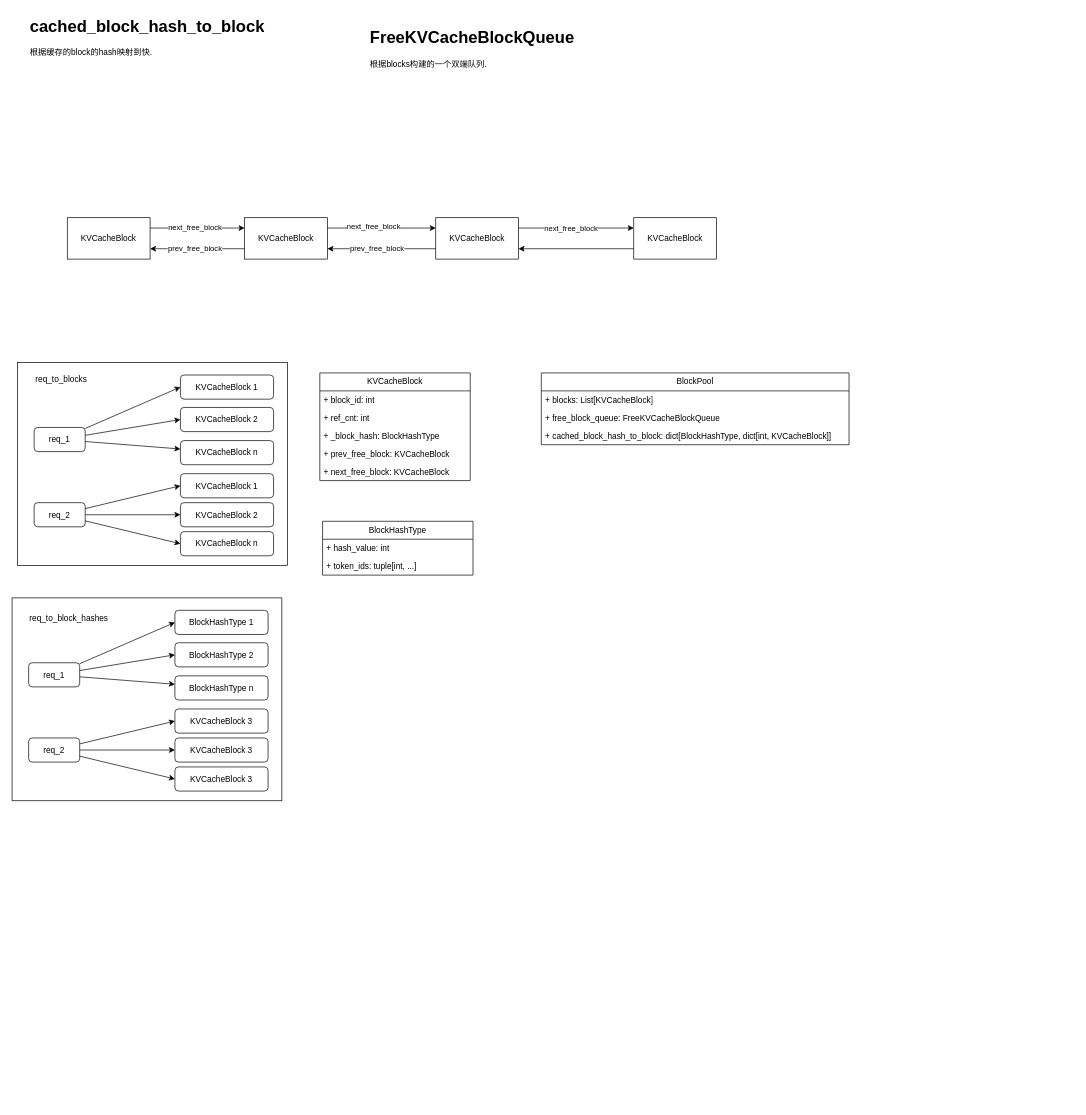
The draw.io diagram page "kv cache" (13 of 14) of vllm/engine/vllm.drawio in chaojun-zhang/vllm, before the edit. Source tidied: cells renumbered, new cells numbered last; positions are measured from the earlier drawing's top-left corner, leaving out a move shared by most shapes. Both pictures are drawn from the tidied source at 69%, with x=0, y=0 at pixel (12, 12).
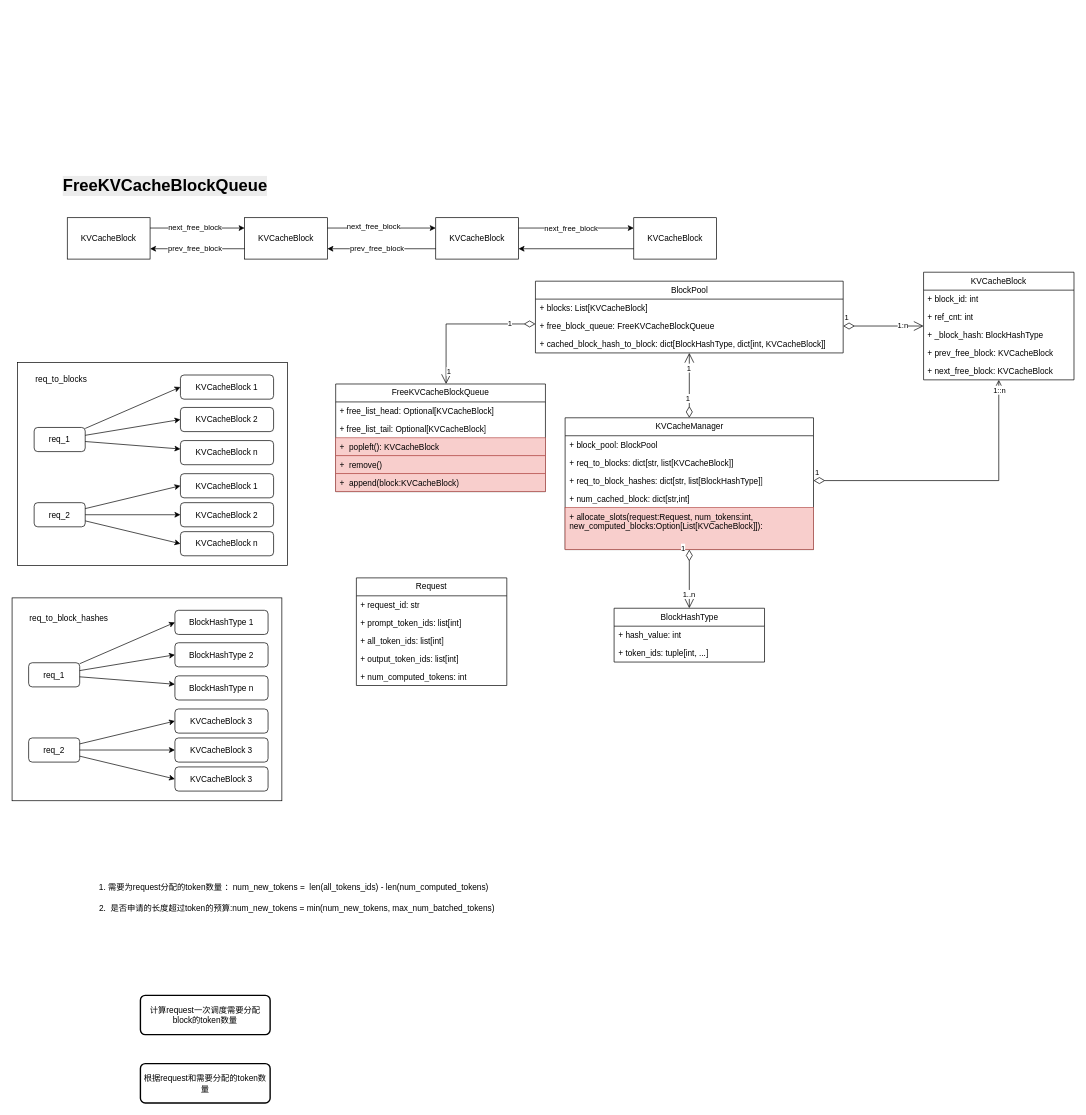
After the change.

The change refers to these unchanged cells:
```xml
<mxCell id="13" value="+ free_block_queue: FreeKVCacheBlockQueue" style="text;strokeColor=none;fillColor=none;align=left;verticalAlign=top;spacingLeft=4;spacingRight=4;overflow=hidden;points=[[0,0.5],[1,0.5]];portConstraint=eastwest;whiteSpace=wrap;html=1;" parent="11" vertex="1">
  <mxGeometry y="52" width="446" height="26" as="geometry" />
</mxCell>
```

What changed in the source:
```diff
@@
     <mxCell id="11" value="BlockPool" style="swimlane;fontStyle=0;horizontal=1;startSize=26;fillColor=none;whiteSpace=wrap;html=1;" parent="1" vertex="1">
-      <mxGeometry x="767" y="523" width="446" height="104" as="geometry" />
+      <mxGeometry x="758.5" y="390" width="446" height="104" as="geometry" />
     </mxCell>
@@
     <mxCell id="22" value="KVCacheBlock" style="swimlane;fontStyle=0;horizontal=1;startSize=26;fillColor=none;whiteSpace=wrap;html=1;" parent="1" vertex="1">
-      <mxGeometry x="446" y="523" width="218" height="156" as="geometry" />
+      <mxGeometry x="1321" y="377" width="218" height="156" as="geometry" />
     </mxCell>
@@
-    <mxCell id="28" value="&lt;h1 style=&quot;margin-top: 0px;&quot;&gt;FreeKVCacheBlockQueue&lt;/h1&gt;&lt;p&gt;根据blocks构建的一个双端队列.&lt;/p&gt;" style="text;html=1;whiteSpace=wrap;overflow=hidden;rounded=0;" parent="1" vertex="1">
-      <mxGeometry x="517" y="17" width="372" height="120" as="geometry" />
-    </mxCell>
-    <mxCell id="29" value="&lt;h1 style=&quot;margin-top: 0px;&quot;&gt;cached_block_hash_to_block&lt;/h1&gt;&lt;p&gt;根据缓存的block的hash映射到快.&lt;/p&gt;" style="text;html=1;whiteSpace=wrap;overflow=hidden;rounded=0;" parent="1" vertex="1">
-      <mxGeometry x="24" width="372" height="120" as="geometry" />
-    </mxCell>
@@
     <mxCell id="61" value="BlockHashType" style="swimlane;fontStyle=0;horizontal=1;startSize=26;fillColor=none;whiteSpace=wrap;html=1;" parent="1" vertex="1">
-      <mxGeometry x="450" y="738" width="218" height="78" as="geometry" />
+      <mxGeometry x="872.5" y="864" width="218" height="78" as="geometry" />
     </mxCell>
@@
+    <mxCell id="64" value="&lt;h1 style=&quot;forced-color-adjust: none; color: rgb(0, 0, 0); font-family: Helvetica; font-style: normal; font-variant-ligatures: normal; font-variant-caps: normal; letter-spacing: normal; orphans: 2; text-align: left; text-indent: 0px; text-transform: none; widows: 2; word-spacing: 0px; -webkit-text-stroke-width: 0px; white-space: normal; background-color: rgb(236, 236, 236); text-decoration-thickness: initial; text-decoration-style: initial; text-decoration-color: initial; margin-top: 0px;&quot;&gt;FreeKVCacheBlockQueue&lt;/h1&gt;" style="text;whiteSpace=wrap;html=1;" parent="1" vertex="1">
+      <mxGeometry x="72" y="231" width="324" height="67" as="geometry" />
+    </mxCell>
+    <mxCell id="65" value="KVCacheManager" style="swimlane;fontStyle=0;horizontal=1;startSize=26;fillColor=none;whiteSpace=wrap;html=1;" parent="1" vertex="1">
+      <mxGeometry x="801.5" y="588" width="360" height="191" as="geometry" />
+    </mxCell>
+    <mxCell id="66" value="+ block_pool: BlockPool" style="text;strokeColor=none;fillColor=none;align=left;verticalAlign=top;spacingLeft=4;spacingRight=4;overflow=hidden;whiteSpace=wrap;html=1;" parent="65" vertex="1">
+      <mxGeometry y="26" width="360" height="26" as="geometry" />
+    </mxCell>
+    <mxCell id="67" value="+ req_to_blocks: dict[str, list[KVCacheBlock]]" style="text;strokeColor=none;fillColor=none;align=left;verticalAlign=top;spacingLeft=4;spacingRight=4;overflow=hidden;whiteSpace=wrap;html=1;" parent="65" vertex="1">
+      <mxGeometry y="52" width="360" height="26" as="geometry" />
+    </mxCell>
+    <mxCell id="68" value="+ req_to_block_hashes: dict[str, list[BlockHashType]]" style="text;strokeColor=none;fillColor=none;align=left;verticalAlign=top;spacingLeft=4;spacingRight=4;overflow=hidden;points=[[0,0.5],[1,0.5]];portConstraint=eastwest;whiteSpace=wrap;html=1;" parent="65" vertex="1">
+      <mxGeometry y="78" width="360" height="26" as="geometry" />
+    </mxCell>
+    <mxCell id="69" value="+ num_cached_block: dict[str,int]" style="text;strokeColor=none;fillColor=none;align=left;verticalAlign=top;spacingLeft=4;spacingRight=4;overflow=hidden;whiteSpace=wrap;html=1;" parent="65" vertex="1">
+      <mxGeometry y="104" width="360" height="26" as="geometry" />
+    </mxCell>
+    <mxCell id="70" value="+ allocate_slots(request:Request, num_tokens:int, new_computed_blocks:Option[List[KVCacheBlock]]):&amp;nbsp;" style="text;strokeColor=#b85450;fillColor=#f8cecc;align=left;verticalAlign=top;spacingLeft=4;spacingRight=4;overflow=hidden;whiteSpace=wrap;html=1;" parent="65" vertex="1">
+      <mxGeometry y="130" width="360" height="61" as="geometry" />
+    </mxCell>
+    <mxCell id="71" value="1" style="endArrow=open;html=1;endSize=12;startArrow=diamondThin;startSize=14;startFill=0;edgeStyle=orthogonalEdgeStyle;align=left;verticalAlign=bottom;rounded=0;" parent="1" edge="1" source="13" target="22">
+      <mxGeometry x="-1" y="3" relative="1" as="geometry" />
+    </mxCell>
+    <mxCell id="72" value="1:n" style="edgeLabel;html=1;align=center;verticalAlign=middle;" parent="71" vertex="1">
+      <mxGeometry x="0.78" y="2" relative="1" as="geometry">
+        <mxPoint x="-18" as="offset" />
+      </mxGeometry>
+    </mxCell>
+    <mxCell id="73" value="1" style="endArrow=open;html=1;endSize=12;startArrow=diamondThin;startSize=14;startFill=0;edgeStyle=orthogonalEdgeStyle;align=left;verticalAlign=bottom;rounded=0;exitX=0.5;exitY=0;exitDx=0;exitDy=0;" parent="1" edge="1" source="65" target="11">
+      <mxGeometry x="-0.6" y="8" relative="1" as="geometry">
+        <mxPoint x="1" as="offset" />
+      </mxGeometry>
+    </mxCell>
+    <mxCell id="74" value="1" style="edgeLabel;html=1;align=center;verticalAlign=middle;" parent="73" vertex="1">
+      <mxGeometry x="0.75" y="2" relative="1" as="geometry">
+        <mxPoint x="1" y="9" as="offset" />
+      </mxGeometry>
+    </mxCell>
+    <mxCell id="75" value="1" style="endArrow=open;html=1;endSize=12;startArrow=diamondThin;startSize=14;startFill=0;edgeStyle=orthogonalEdgeStyle;align=left;verticalAlign=bottom;rounded=0;" parent="1" edge="1" source="68" target="22">
+      <mxGeometry x="-1" y="3" relative="1" as="geometry" />
+    </mxCell>
+    <mxCell id="76" value="1::n" style="edgeLabel;html=1;align=center;verticalAlign=middle;" parent="75" vertex="1">
+      <mxGeometry x="0.93" relative="1" as="geometry" />
+    </mxCell>
+    <mxCell id="77" value="1" style="endArrow=open;html=1;endSize=12;startArrow=diamondThin;startSize=14;startFill=0;edgeStyle=orthogonalEdgeStyle;align=left;verticalAlign=bottom;rounded=0;" parent="1" edge="1" source="65" target="61">
+      <mxGeometry x="-0.84" y="-14" relative="1" as="geometry" />
+    </mxCell>
+    <mxCell id="78" value="1..n" style="edgeLabel;html=1;align=center;verticalAlign=middle;" parent="77" vertex="1">
+      <mxGeometry x="0.74" y="3" relative="1" as="geometry">
+        <mxPoint x="-4" y="-10" as="offset" />
+      </mxGeometry>
+    </mxCell>
+    <mxCell id="79" value="FreeKVCacheBlockQueue" style="swimlane;fontStyle=0;horizontal=1;startSize=26;fillColor=none;whiteSpace=wrap;html=1;" parent="1" vertex="1">
+      <mxGeometry x="469" y="539" width="304" height="156" as="geometry" />
+    </mxCell>
+    <mxCell id="80" value="+ free_list_head: Optional[KVCacheBlock]" style="text;strokeColor=none;fillColor=none;align=left;verticalAlign=top;spacingLeft=4;spacingRight=4;overflow=hidden;whiteSpace=wrap;html=1;" parent="79" vertex="1">
+      <mxGeometry y="26" width="304" height="26" as="geometry" />
+    </mxCell>
+    <mxCell id="81" value="+ free_list_tail: Optional[KVCacheBlock]" style="text;strokeColor=none;fillColor=none;align=left;verticalAlign=top;spacingLeft=4;spacingRight=4;overflow=hidden;whiteSpace=wrap;html=1;" parent="79" vertex="1">
+      <mxGeometry y="52" width="304" height="26" as="geometry" />
+    </mxCell>
+    <mxCell id="82" value="+&amp;nbsp; popleft(): KVCacheBlock" style="text;strokeColor=#b85450;fillColor=#f8cecc;align=left;verticalAlign=top;spacingLeft=4;spacingRight=4;overflow=hidden;whiteSpace=wrap;html=1;" parent="79" vertex="1">
+      <mxGeometry y="78" width="304" height="26" as="geometry" />
+    </mxCell>
+    <mxCell id="83" value="+&amp;nbsp; remove()" style="text;strokeColor=#b85450;fillColor=#f8cecc;align=left;verticalAlign=top;spacingLeft=4;spacingRight=4;overflow=hidden;whiteSpace=wrap;html=1;" parent="79" vertex="1">
+      <mxGeometry y="104" width="304" height="26" as="geometry" />
+    </mxCell>
+    <mxCell id="84" value="+&amp;nbsp; append(block:KVCacheBlock)" style="text;strokeColor=#b85450;fillColor=#f8cecc;align=left;verticalAlign=top;spacingLeft=4;spacingRight=4;overflow=hidden;whiteSpace=wrap;html=1;" parent="79" vertex="1">
+      <mxGeometry y="130" width="304" height="26" as="geometry" />
+    </mxCell>
+    <mxCell id="85" value="1" style="endArrow=open;html=1;endSize=12;startArrow=diamondThin;startSize=14;startFill=0;edgeStyle=orthogonalEdgeStyle;align=left;verticalAlign=bottom;rounded=0;" parent="1" edge="1" source="11" target="79">
+      <mxGeometry x="-0.6" y="8" relative="1" as="geometry">
+        <Array as="points">
+          <mxPoint x="629" y="452" />
+        </Array>
+        <mxPoint x="1" as="offset" />
+      </mxGeometry>
+    </mxCell>
+    <mxCell id="86" value="1" style="edgeLabel;html=1;align=center;verticalAlign=middle;" parent="85" vertex="1">
+      <mxGeometry x="0.75" y="2" relative="1" as="geometry">
+        <mxPoint x="1" y="9" as="offset" />
+      </mxGeometry>
+    </mxCell>
+    <mxCell id="87" value="Request" style="swimlane;fontStyle=0;horizontal=1;startSize=26;fillColor=none;whiteSpace=wrap;html=1;" parent="1" vertex="1">
+      <mxGeometry x="499" y="820" width="218" height="156" as="geometry" />
+    </mxCell>
+    <mxCell id="88" value="+ request_id: str" style="text;strokeColor=none;fillColor=none;align=left;verticalAlign=top;spacingLeft=4;spacingRight=4;overflow=hidden;whiteSpace=wrap;html=1;" parent="87" vertex="1">
+      <mxGeometry y="26" width="218" height="26" as="geometry" />
+    </mxCell>
+    <mxCell id="89" value="+ prompt_token_ids: list[int]" style="text;strokeColor=none;fillColor=none;align=left;verticalAlign=top;spacingLeft=4;spacingRight=4;overflow=hidden;whiteSpace=wrap;html=1;" parent="87" vertex="1">
+      <mxGeometry y="52" width="218" height="26" as="geometry" />
+    </mxCell>
+    <mxCell id="90" value="+ all_token_ids: list[int]" style="text;strokeColor=none;fillColor=none;align=left;verticalAlign=top;spacingLeft=4;spacingRight=4;overflow=hidden;whiteSpace=wrap;html=1;" parent="87" vertex="1">
+      <mxGeometry y="78" width="218" height="26" as="geometry" />
+    </mxCell>
+    <mxCell id="91" value="+ output_token_ids: list[int]" style="text;strokeColor=none;fillColor=none;align=left;verticalAlign=top;spacingLeft=4;spacingRight=4;overflow=hidden;whiteSpace=wrap;html=1;" parent="87" vertex="1">
+      <mxGeometry y="104" width="218" height="26" as="geometry" />
+    </mxCell>
+    <mxCell id="92" value="+ num_computed_tokens: int" style="text;strokeColor=none;fillColor=none;align=left;verticalAlign=top;spacingLeft=4;spacingRight=4;overflow=hidden;whiteSpace=wrap;html=1;" parent="87" vertex="1">
+      <mxGeometry y="130" width="218" height="26" as="geometry" />
+    </mxCell>
+    <mxCell id="93" value="1. 需要为request分配的token数量 ：num_new_tokens =&amp;nbsp; len(all_tokens_ids) - len(num_computed_tokens)" style="text;html=1;align=center;verticalAlign=middle;whiteSpace=wrap;rounded=0;" parent="1" vertex="1">
+      <mxGeometry x="123" y="1254" width="571" height="30" as="geometry" />
+    </mxCell>
+    <mxCell id="94" value="2.&amp;nbsp; 是否申请的长度超过token的预算:num_new_tokens = min(num_new_tokens, max_num_batched_tokens)" style="text;html=1;align=center;verticalAlign=middle;whiteSpace=wrap;rounded=0;" parent="1" vertex="1">
+      <mxGeometry x="77" y="1285" width="672" height="30" as="geometry" />
+    </mxCell>
+    <mxCell id="95" value="计算request一次调度需要分配block的token数量" style="rounded=1;whiteSpace=wrap;html=1;absoluteArcSize=1;arcSize=14;strokeWidth=2;" parent="1" vertex="1">
+      <mxGeometry x="186" y="1425" width="188" height="57" as="geometry" />
+    </mxCell>
+    <mxCell id="96" value="根据request和需要分配的token数量" style="rounded=1;whiteSpace=wrap;html=1;absoluteArcSize=1;arcSize=14;strokeWidth=2;" parent="1" vertex="1">
+      <mxGeometry x="186" y="1524" width="188" height="57" as="geometry" />
+    </mxCell>
```
